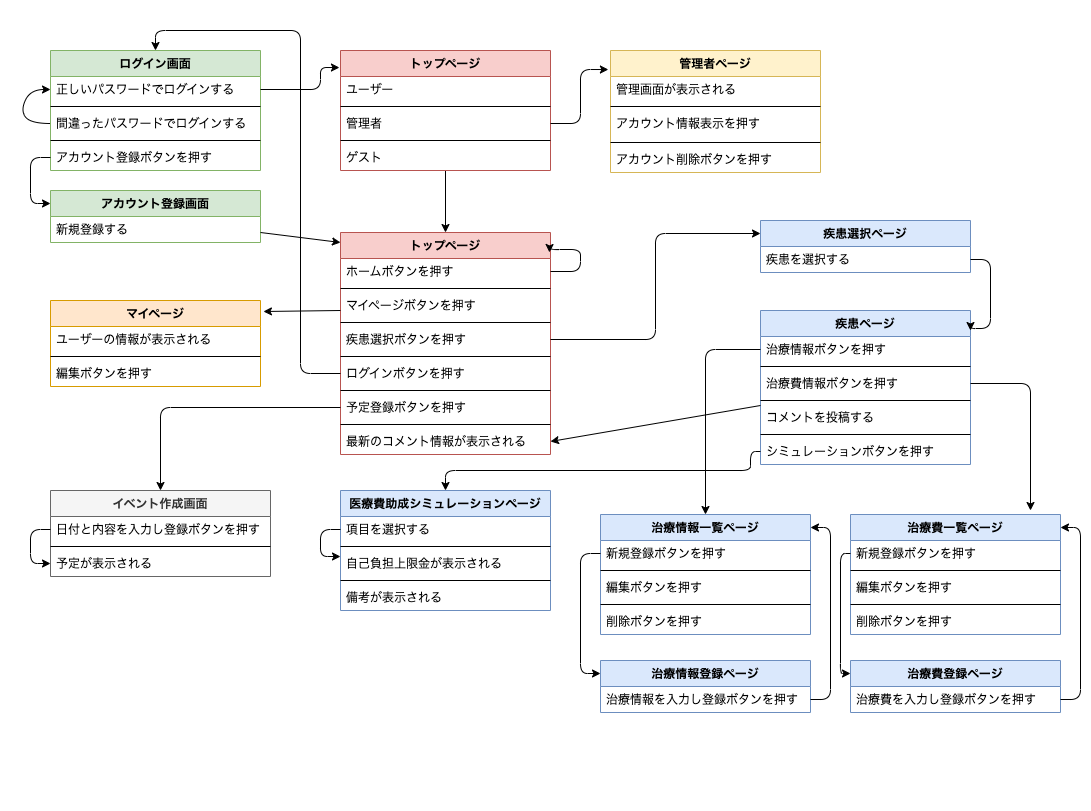
The draw.io diagram docs/screen_transition_diagram.png in fujisawayu/nanbyo_connect, before a commit. Source tidied: cells renumbered, new cells last; positions are measured from the earlier drawing's top-left corner, leaving out a move shared by most shapes.
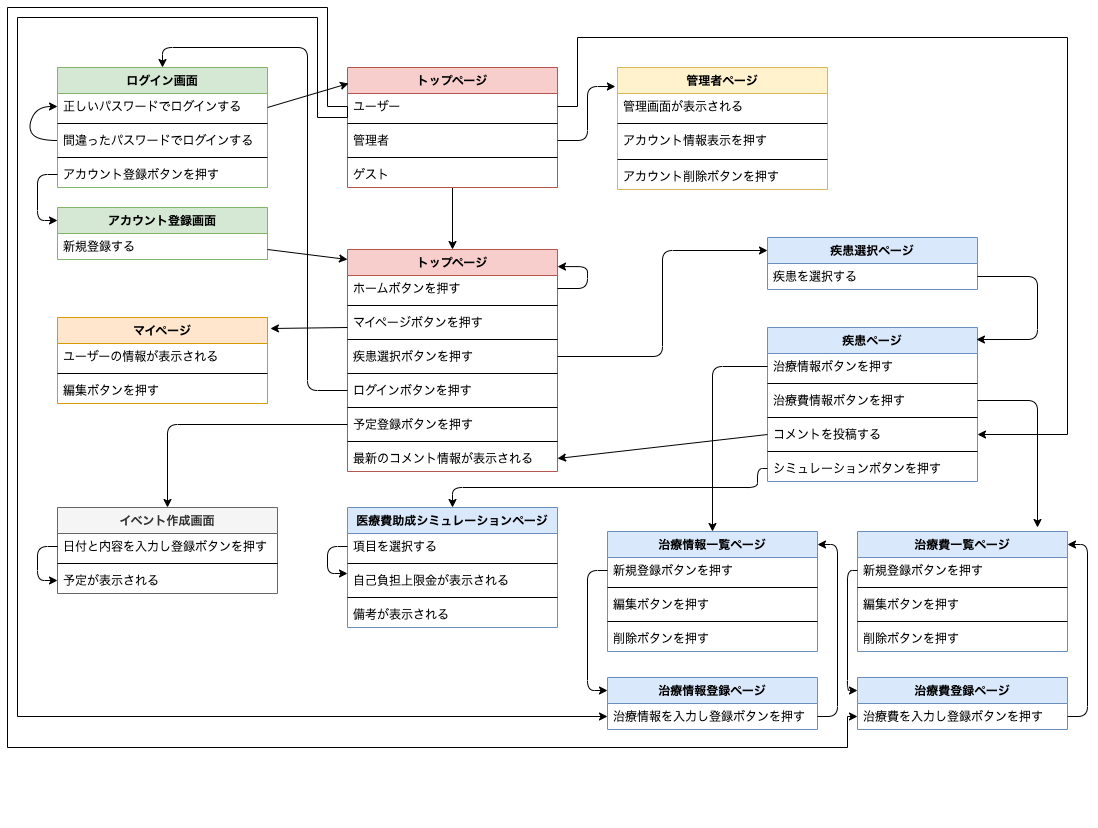
After the commit.

What changed in the source:
```diff
@@ -32,7 +32,7 @@
     <mxCell id="9" value="トップページ" style="swimlane;fontStyle=1;align=center;verticalAlign=top;horizontal=1;startSize=26;rounded=0;sketch=0;fillColor=#f8cecc;strokeColor=#b85450;" parent="1" vertex="1">
       <mxGeometry x="340" y="232" width="210" height="222" as="geometry" />
     </mxCell>
-    <mxCell id="10" style="edgeStyle=orthogonalEdgeStyle;curved=0;rounded=1;sketch=0;jettySize=auto;html=1;entryX=0.995;entryY=0.09;entryDx=0;entryDy=0;entryPerimeter=0;exitX=1;exitY=0.5;exitDx=0;exitDy=0;" parent="9" edge="1" source="11" target="9">
+    <mxCell id="10" style="edgeStyle=orthogonalEdgeStyle;curved=0;rounded=1;sketch=0;jettySize=auto;html=1;exitX=1;exitY=0.5;exitDx=0;exitDy=0;entryX=1;entryY=0.077;entryDx=0;entryDy=0;entryPerimeter=0;" parent="9" edge="1" source="11" target="9">
       <mxGeometry relative="1" as="geometry">
         <Array as="points">
           <mxPoint x="240" y="39" />
@@ -252,22 +252,14 @@
     <mxCell id="79" style="edgeStyle=orthogonalEdgeStyle;curved=0;rounded=1;sketch=0;jettySize=auto;html=1;entryX=-0.01;entryY=0.156;entryDx=0;entryDy=0;entryPerimeter=0;" parent="1" edge="1" source="26" target="29">
       <mxGeometry relative="1" as="geometry" />
     </mxCell>
-    <mxCell id="80" style="edgeStyle=orthogonalEdgeStyle;curved=0;rounded=1;sketch=0;jettySize=auto;html=1;entryX=-0.005;entryY=0.142;entryDx=0;entryDy=0;entryPerimeter=0;" parent="1" edge="1" source="3" target="23">
-      <mxGeometry relative="1" as="geometry">
-        <Array as="points">
-          <mxPoint x="320" y="89" />
-          <mxPoint x="320" y="67" />
-        </Array>
-      </mxGeometry>
-    </mxCell>
     <mxCell id="81" style="edgeStyle=orthogonalEdgeStyle;curved=0;rounded=1;sketch=0;jettySize=auto;html=1;entryX=0;entryY=0.25;entryDx=0;entryDy=0;" parent="1" edge="1" source="15" target="75">
       <mxGeometry relative="1" as="geometry" />
     </mxCell>
-    <mxCell id="82" style="edgeStyle=orthogonalEdgeStyle;curved=0;rounded=1;sketch=0;jettySize=auto;html=1;entryX=1;entryY=0.13;entryDx=0;entryDy=0;entryPerimeter=0;" parent="1" edge="1" source="76" target="67">
+    <mxCell id="82" style="edgeStyle=orthogonalEdgeStyle;curved=0;rounded=1;sketch=0;jettySize=auto;html=1;entryX=0.995;entryY=0.078;entryDx=0;entryDy=0;entryPerimeter=0;" parent="1" edge="1" source="76" target="67">
       <mxGeometry relative="1" as="geometry">
         <Array as="points">
-          <mxPoint x="990" y="259" />
-          <mxPoint x="990" y="328" />
+          <mxPoint x="1030" y="259" />
+          <mxPoint x="1030" y="322" />
         </Array>
       </mxGeometry>
     </mxCell>
@@ -337,10 +329,8 @@
         <mxPoint x="340" y="242" as="targetPoint" />
       </mxGeometry>
     </mxCell>
-    <mxCell id="95" style="endArrow=classic;html=1;rounded=1;sketch=0;curved=0;entryX=1;entryY=0.5;entryDx=0;entryDy=0;" parent="1" edge="1" target="21">
-      <mxGeometry relative="1" as="geometry">
-        <mxPoint x="760" y="405" as="sourcePoint" />
-      </mxGeometry>
+    <mxCell id="95" style="endArrow=classic;html=1;rounded=1;sketch=0;curved=0;entryX=1;entryY=0.5;entryDx=0;entryDy=0;exitX=0;exitY=0.5;exitDx=0;exitDy=0;" parent="1" edge="1" source="72" target="21">
+      <mxGeometry relative="1" as="geometry" />
     </mxCell>
     <mxCell id="96" style="rounded=0;whiteSpace=wrap;html=1;fillColor=none;strokeColor=none;" parent="1" vertex="1">
       <mxGeometry width="30" height="30" as="geometry" />
@@ -348,5 +338,44 @@
     <mxCell id="97" style="rounded=0;whiteSpace=wrap;html=1;fillColor=none;strokeColor=none;" parent="1" vertex="1">
       <mxGeometry x="1060" y="780" width="30" height="30" as="geometry" />
     </mxCell>
+    <mxCell id="98" style="edgeStyle=orthogonalEdgeStyle;rounded=0;jettySize=auto;html=1;entryX=1;entryY=0.5;entryDx=0;entryDy=0;" parent="1" edge="1" source="24" target="72">
+      <mxGeometry relative="1" as="geometry">
+        <Array as="points">
+          <mxPoint x="570" y="89" />
+          <mxPoint x="570" y="20" />
+          <mxPoint x="1060" y="20" />
+          <mxPoint x="1060" y="417" />
+        </Array>
+      </mxGeometry>
+    </mxCell>
+    <mxCell id="99" style="edgeStyle=orthogonalEdgeStyle;rounded=0;jettySize=auto;html=1;" parent="1" edge="1" target="60">
+      <mxGeometry relative="1" as="geometry">
+        <mxPoint x="340" y="89" as="sourcePoint" />
+        <Array as="points">
+          <mxPoint x="340" y="100" />
+          <mxPoint x="310" y="100" />
+          <mxPoint x="310" />
+          <mxPoint x="10" />
+          <mxPoint x="10" y="699" />
+        </Array>
+      </mxGeometry>
+    </mxCell>
+    <mxCell id="100" style="edgeStyle=orthogonalEdgeStyle;rounded=0;jettySize=auto;html=1;entryX=0;entryY=0.5;entryDx=0;entryDy=0;" parent="1" edge="1" source="24" target="78">
+      <mxGeometry relative="1" as="geometry">
+        <Array as="points">
+          <mxPoint x="320" y="89" />
+          <mxPoint x="320" y="-10" />
+          <mxPoint y="-10" />
+          <mxPoint y="730" />
+          <mxPoint x="840" y="730" />
+          <mxPoint x="840" y="699" />
+        </Array>
+      </mxGeometry>
+    </mxCell>
+    <mxCell id="101" style="endArrow=classic;html=1;rounded=0;entryX=0.005;entryY=0.133;entryDx=0;entryDy=0;entryPerimeter=0;" parent="1" edge="1" target="23">
+      <mxGeometry relative="1" as="geometry">
+        <mxPoint x="260" y="90" as="sourcePoint" />
+      </mxGeometry>
+    </mxCell>
   </root>
 </mxGraphModel>
```
